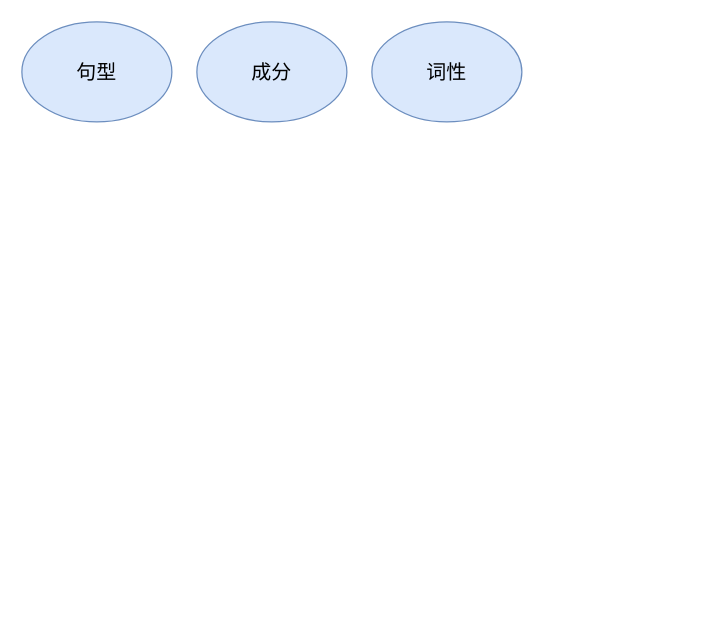
Before: english_grammar.drawio in ZiqingYip/moment, a draw.io diagram. Source tidied: cells renumbered, new cells numbered last; positions are measured from the earlier drawing's top-left corner, leaving out a move shared by most shapes. Both pictures are drawn from the tidied source at 125%, with x=0, y=0 at pixel (21, 21).
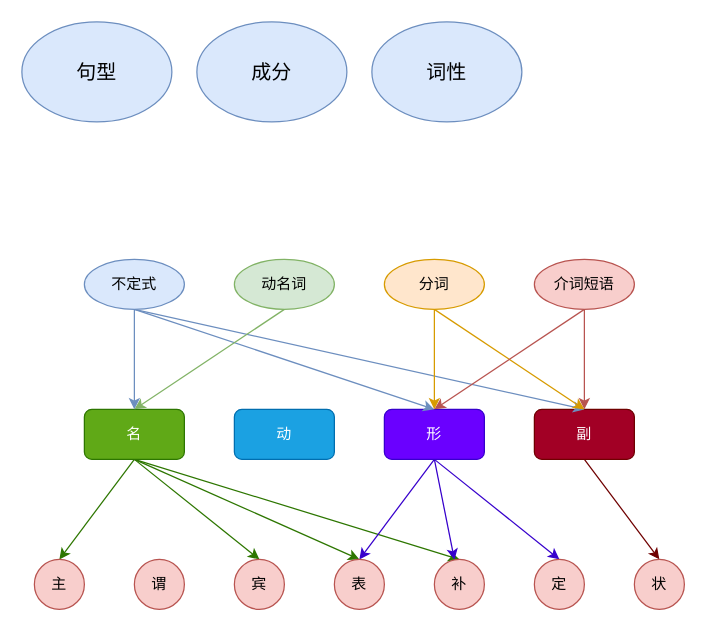
The same diagram, later.

What changed in the source:
```diff
@@
+    <mxCell id="5" style="rounded=0;jettySize=auto;html=1;exitX=0.5;exitY=1;exitDx=0;exitDy=0;entryX=0.5;entryY=0;entryDx=0;entryDy=0;fillColor=#60a917;strokeColor=#2D7600;" parent="1" edge="1" source="9" target="17">
+      <mxGeometry relative="1" as="geometry" />
+    </mxCell>
+    <mxCell id="6" style="rounded=0;jettySize=auto;html=1;exitX=0.5;exitY=1;exitDx=0;exitDy=0;entryX=0.5;entryY=0;entryDx=0;entryDy=0;fillColor=#60a917;strokeColor=#2D7600;" parent="1" edge="1" source="9" target="19">
+      <mxGeometry relative="1" as="geometry" />
+    </mxCell>
+    <mxCell id="7" style="rounded=0;jettySize=auto;html=1;exitX=0.5;exitY=1;exitDx=0;exitDy=0;entryX=0.5;entryY=0;entryDx=0;entryDy=0;fillColor=#60a917;strokeColor=#2D7600;" parent="1" edge="1" source="9" target="20">
+      <mxGeometry relative="1" as="geometry" />
+    </mxCell>
+    <mxCell id="8" style="rounded=0;jettySize=auto;html=1;exitX=0.5;exitY=1;exitDx=0;exitDy=0;entryX=0.5;entryY=0;entryDx=0;entryDy=0;fillColor=#60a917;strokeColor=#2D7600;" parent="1" edge="1" source="9" target="21">
+      <mxGeometry relative="1" as="geometry" />
+    </mxCell>
+    <mxCell id="9" value="名" style="rounded=1;whiteSpace=wrap;html=1;fillColor=#60a917;strokeColor=#2D7600;fontColor=#ffffff;" parent="1" vertex="1">
+      <mxGeometry x="50" y="310" width="80" height="40" as="geometry" />
+    </mxCell>
+    <mxCell id="10" value="动" style="rounded=1;whiteSpace=wrap;html=1;fillColor=#1ba1e2;strokeColor=#006EAF;fontColor=#ffffff;" parent="1" vertex="1">
+      <mxGeometry x="170" y="310" width="80" height="40" as="geometry" />
+    </mxCell>
+    <mxCell id="11" style="rounded=0;jettySize=auto;html=1;exitX=0.5;exitY=1;exitDx=0;exitDy=0;entryX=0.5;entryY=0;entryDx=0;entryDy=0;fillColor=#6a00ff;strokeColor=#3700CC;" parent="1" edge="1" source="14" target="20">
+      <mxGeometry relative="1" as="geometry" />
+    </mxCell>
+    <mxCell id="12" style="rounded=0;jettySize=auto;html=1;exitX=0.5;exitY=1;exitDx=0;exitDy=0;fillColor=#6a00ff;strokeColor=#3700CC;" parent="1" edge="1" source="14" target="21">
+      <mxGeometry relative="1" as="geometry" />
+    </mxCell>
+    <mxCell id="13" style="rounded=0;jettySize=auto;html=1;exitX=0.5;exitY=1;exitDx=0;exitDy=0;entryX=0.5;entryY=0;entryDx=0;entryDy=0;fillColor=#6a00ff;strokeColor=#3700CC;" parent="1" edge="1" source="14" target="22">
+      <mxGeometry relative="1" as="geometry" />
+    </mxCell>
+    <mxCell id="14" value="形" style="rounded=1;whiteSpace=wrap;html=1;fillColor=#6a00ff;strokeColor=#3700CC;fontColor=#ffffff;" parent="1" vertex="1">
+      <mxGeometry x="290" y="310" width="80" height="40" as="geometry" />
+    </mxCell>
+    <mxCell id="15" style="rounded=0;jettySize=auto;html=1;exitX=0.5;exitY=1;exitDx=0;exitDy=0;entryX=0.5;entryY=0;entryDx=0;entryDy=0;fillColor=#a20025;strokeColor=#6F0000;" parent="1" edge="1" source="16" target="23">
+      <mxGeometry relative="1" as="geometry" />
+    </mxCell>
+    <mxCell id="16" value="副" style="rounded=1;whiteSpace=wrap;html=1;fillColor=#a20025;strokeColor=#6F0000;fontColor=#ffffff;" parent="1" vertex="1">
+      <mxGeometry x="410" y="310" width="80" height="40" as="geometry" />
+    </mxCell>
+    <mxCell id="17" value="主" style="ellipse;whiteSpace=wrap;html=1;fillColor=#f8cecc;strokeColor=#b85450;" parent="1" vertex="1">
+      <mxGeometry x="10" y="430" width="40" height="40" as="geometry" />
+    </mxCell>
+    <mxCell id="18" value="谓" style="ellipse;whiteSpace=wrap;html=1;fillColor=#f8cecc;strokeColor=#b85450;" parent="1" vertex="1">
+      <mxGeometry x="90" y="430" width="40" height="40" as="geometry" />
+    </mxCell>
+    <mxCell id="19" value="宾" style="ellipse;whiteSpace=wrap;html=1;fillColor=#f8cecc;strokeColor=#b85450;" parent="1" vertex="1">
+      <mxGeometry x="170" y="430" width="40" height="40" as="geometry" />
+    </mxCell>
+    <mxCell id="20" value="表" style="ellipse;whiteSpace=wrap;html=1;fillColor=#f8cecc;strokeColor=#b85450;" parent="1" vertex="1">
+      <mxGeometry x="250" y="430" width="40" height="40" as="geometry" />
+    </mxCell>
+    <mxCell id="21" value="补" style="ellipse;whiteSpace=wrap;html=1;fillColor=#f8cecc;strokeColor=#b85450;" parent="1" vertex="1">
+      <mxGeometry x="330" y="430" width="40" height="40" as="geometry" />
+    </mxCell>
+    <mxCell id="22" value="定" style="ellipse;whiteSpace=wrap;html=1;fillColor=#f8cecc;strokeColor=#b85450;" parent="1" vertex="1">
+      <mxGeometry x="410" y="430" width="40" height="40" as="geometry" />
+    </mxCell>
+    <mxCell id="23" value="状" style="ellipse;whiteSpace=wrap;html=1;fillColor=#f8cecc;strokeColor=#b85450;" parent="1" vertex="1">
+      <mxGeometry x="490" y="430" width="40" height="40" as="geometry" />
+    </mxCell>
+    <mxCell id="24" style="rounded=0;jettySize=auto;html=1;exitX=0.5;exitY=1;exitDx=0;exitDy=0;entryX=0.5;entryY=0;entryDx=0;entryDy=0;jumpStyle=arc;fillColor=#dae8fc;strokeColor=#6c8ebf;" parent="1" edge="1" source="27" target="9">
+      <mxGeometry relative="1" as="geometry" />
+    </mxCell>
+    <mxCell id="25" style="rounded=0;jettySize=auto;html=1;exitX=0.5;exitY=1;exitDx=0;exitDy=0;entryX=0.5;entryY=0;entryDx=0;entryDy=0;jumpStyle=arc;fillColor=#dae8fc;strokeColor=#6c8ebf;" parent="1" edge="1" source="27" target="14">
+      <mxGeometry relative="1" as="geometry" />
+    </mxCell>
+    <mxCell id="26" style="rounded=0;jettySize=auto;html=1;exitX=0.5;exitY=1;exitDx=0;exitDy=0;jumpStyle=arc;fillColor=#dae8fc;strokeColor=#6c8ebf;entryX=0.5;entryY=0;entryDx=0;entryDy=0;" parent="1" edge="1" source="27" target="16">
+      <mxGeometry relative="1" as="geometry" />
+    </mxCell>
+    <mxCell id="27" value="不定式" style="ellipse;whiteSpace=wrap;html=1;fillColor=#dae8fc;strokeColor=#6c8ebf;" parent="1" vertex="1">
+      <mxGeometry x="50" y="190" width="80" height="40" as="geometry" />
+    </mxCell>
+    <mxCell id="28" style="rounded=0;jettySize=auto;html=1;exitX=0.5;exitY=1;exitDx=0;exitDy=0;entryX=0.5;entryY=0;entryDx=0;entryDy=0;fillColor=#d5e8d4;strokeColor=#82b366;" parent="1" edge="1" source="29" target="9">
+      <mxGeometry relative="1" as="geometry" />
+    </mxCell>
+    <mxCell id="29" value="动名词" style="ellipse;whiteSpace=wrap;html=1;fillColor=#d5e8d4;strokeColor=#82b366;" parent="1" vertex="1">
+      <mxGeometry x="170" y="190" width="80" height="40" as="geometry" />
+    </mxCell>
+    <mxCell id="30" style="rounded=0;jettySize=auto;html=1;exitX=0.5;exitY=1;exitDx=0;exitDy=0;fillColor=#ffe6cc;strokeColor=#d79b00;" parent="1" edge="1" source="32" target="14">
+      <mxGeometry relative="1" as="geometry" />
+    </mxCell>
+    <mxCell id="31" style="rounded=0;jettySize=auto;html=1;exitX=0.5;exitY=1;exitDx=0;exitDy=0;entryX=0.5;entryY=0;entryDx=0;entryDy=0;fillColor=#ffe6cc;strokeColor=#d79b00;" parent="1" edge="1" source="32" target="16">
+      <mxGeometry relative="1" as="geometry" />
+    </mxCell>
+    <mxCell id="32" value="分词" style="ellipse;whiteSpace=wrap;html=1;fillColor=#ffe6cc;strokeColor=#d79b00;" parent="1" vertex="1">
+      <mxGeometry x="290" y="190" width="80" height="40" as="geometry" />
+    </mxCell>
+    <mxCell id="33" style="rounded=0;jettySize=auto;html=1;exitX=0.5;exitY=1;exitDx=0;exitDy=0;entryX=0.5;entryY=0;entryDx=0;entryDy=0;fillColor=#f8cecc;strokeColor=#b85450;" parent="1" edge="1" source="35" target="14">
+      <mxGeometry relative="1" as="geometry" />
+    </mxCell>
+    <mxCell id="34" style="rounded=0;jettySize=auto;html=1;exitX=0.5;exitY=1;exitDx=0;exitDy=0;fillColor=#f8cecc;strokeColor=#b85450;" parent="1" edge="1" source="35" target="16">
+      <mxGeometry relative="1" as="geometry" />
+    </mxCell>
+    <mxCell id="35" value="介词短语" style="ellipse;whiteSpace=wrap;html=1;fillColor=#f8cecc;strokeColor=#b85450;" parent="1" vertex="1">
+      <mxGeometry x="410" y="190" width="80" height="40" as="geometry" />
+    </mxCell>
```
